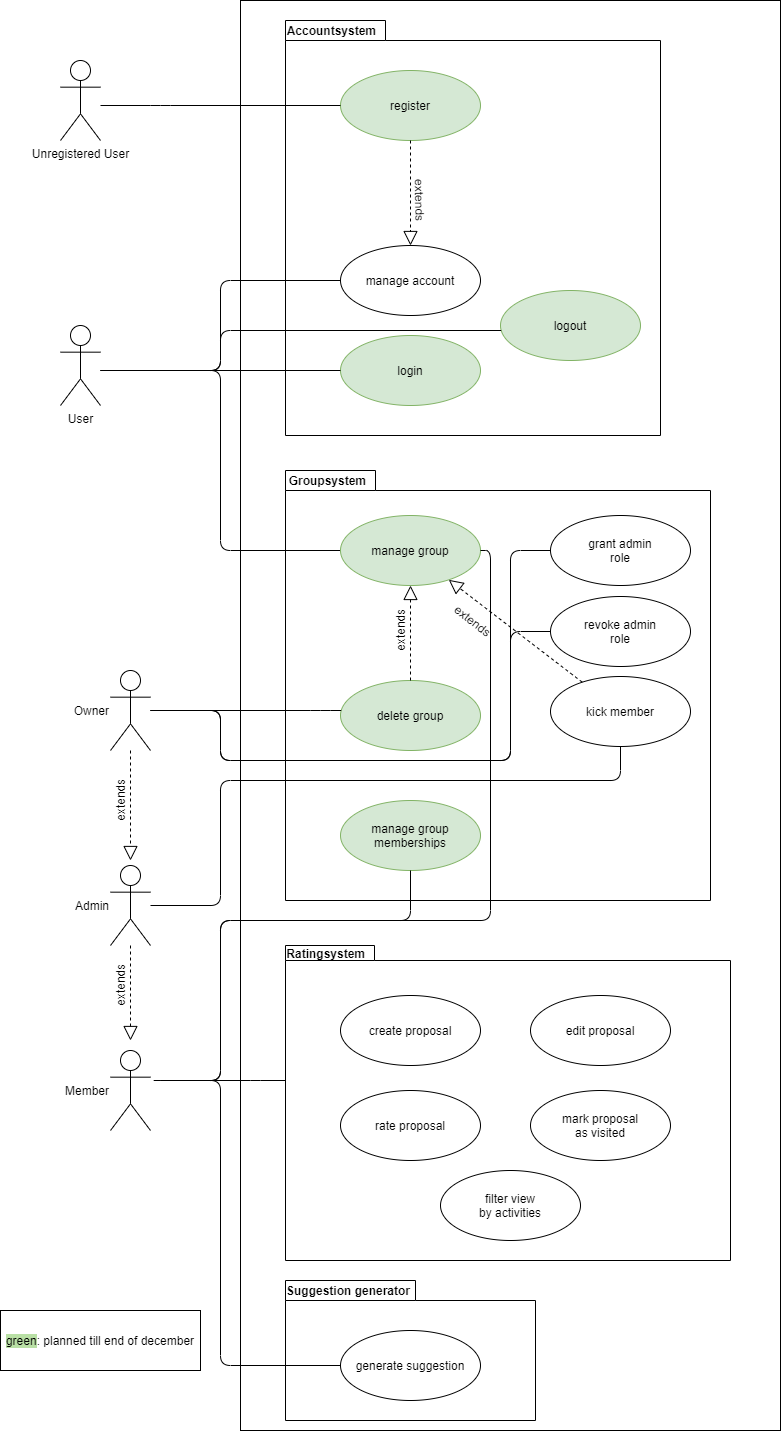
Earlier version of the draw.io export PlaceToBeer UCD.png (placetobeer/documentation). Source tidied: cells renumbered, new cells last; positions are measured from the earlier drawing's top-left corner, leaving out a move shared by most shapes. The source it was exported from:
```xml
<mxGraphModel>
  <root>
    <mxCell id="0" />
    <mxCell id="1" parent="0" />
    <mxCell id="2" style="html=1;" parent="1" vertex="1">
      <mxGeometry x="240" width="540" height="1430" as="geometry" />
    </mxCell>
    <mxCell id="3" value="Unregistered User" style="shape=umlActor;verticalLabelPosition=bottom;verticalAlign=top;html=1;" parent="1" vertex="1">
      <mxGeometry x="60" y="60" width="40" height="80" as="geometry" />
    </mxCell>
    <mxCell id="4" value="User" style="shape=umlActor;verticalLabelPosition=bottom;verticalAlign=top;html=1;" parent="1" vertex="1">
      <mxGeometry x="60" y="325" width="40" height="80" as="geometry" />
    </mxCell>
    <mxCell id="5" value="Accountsystem" style="shape=folder;fontStyle=1;spacingTop=10;tabWidth=100;tabHeight=20;tabPosition=left;html=1;labelPosition=left;verticalLabelPosition=top;align=right;verticalAlign=bottom;spacing=-18;spacingRight=-72;" parent="1" vertex="1">
      <mxGeometry x="285" y="20" width="375" height="415" as="geometry" />
    </mxCell>
    <mxCell id="6" value="login" style="ellipse;whiteSpace=wrap;html=1;fillColor=#d5e8d4;strokeColor=#82b366;" parent="1" vertex="1">
      <mxGeometry x="340" y="335" width="140" height="70" as="geometry" />
    </mxCell>
    <mxCell id="7" value="register" style="ellipse;whiteSpace=wrap;html=1;fillColor=#d5e8d4;strokeColor=#82b366;" parent="1" vertex="1">
      <mxGeometry x="340" y="70" width="140" height="70" as="geometry" />
    </mxCell>
    <mxCell id="8" style="endArrow=none;html=1;edgeStyle=orthogonalEdgeStyle;" parent="1" edge="1" source="3" target="7">
      <mxGeometry relative="1" as="geometry">
        <Array as="points">
          <mxPoint x="160" y="105" />
          <mxPoint x="160" y="105" />
        </Array>
      </mxGeometry>
    </mxCell>
    <mxCell id="9" value="Groupsystem" style="shape=folder;fontStyle=1;spacingTop=10;tabWidth=90;tabHeight=20;tabPosition=left;html=1;labelPosition=left;verticalLabelPosition=top;align=right;verticalAlign=bottom;spacing=-18;spacingRight=-62;" parent="1" vertex="1">
      <mxGeometry x="285" y="470" width="425" height="430" as="geometry" />
    </mxCell>
    <mxCell id="10" value="delete group" style="ellipse;whiteSpace=wrap;html=1;fillColor=#d5e8d4;strokeColor=#82b366;" parent="1" vertex="1">
      <mxGeometry x="340" y="680" width="140" height="70" as="geometry" />
    </mxCell>
    <mxCell id="11" value="grant admin&lt;br&gt;role" style="ellipse;whiteSpace=wrap;html=1;" parent="1" vertex="1">
      <mxGeometry x="550" y="515" width="140" height="70" as="geometry" />
    </mxCell>
    <mxCell id="12" value="revoke admin&lt;br&gt;role" style="ellipse;whiteSpace=wrap;html=1;" parent="1" vertex="1">
      <mxGeometry x="550" y="596" width="140" height="70" as="geometry" />
    </mxCell>
    <mxCell id="13" value="Member" style="shape=umlActor;verticalLabelPosition=middle;verticalAlign=middle;html=1;labelPosition=left;align=right;" parent="1" vertex="1">
      <mxGeometry x="110" y="1050" width="40" height="80" as="geometry" />
    </mxCell>
    <mxCell id="14" value="Admin" style="shape=umlActor;verticalLabelPosition=middle;verticalAlign=middle;html=1;labelPosition=left;align=right;" parent="1" vertex="1">
      <mxGeometry x="110" y="865" width="40" height="80" as="geometry" />
    </mxCell>
    <mxCell id="15" value="Owner" style="shape=umlActor;verticalLabelPosition=middle;verticalAlign=middle;html=1;labelPosition=left;align=right;" parent="1" vertex="1">
      <mxGeometry x="110" y="670" width="40" height="80" as="geometry" />
    </mxCell>
    <mxCell id="16" style="endArrow=none;html=1;edgeStyle=orthogonalEdgeStyle;" parent="1" edge="1" source="14" target="32">
      <mxGeometry relative="1" as="geometry">
        <Array as="points">
          <mxPoint x="220" y="905" />
          <mxPoint x="220" y="780" />
          <mxPoint x="620" y="780" />
        </Array>
      </mxGeometry>
    </mxCell>
    <mxCell id="17" style="endArrow=block;dashed=1;endFill=0;endSize=12;html=1;" parent="1" edge="1" source="15">
      <mxGeometry relative="1" as="geometry">
        <mxPoint x="130" y="860" as="targetPoint" />
      </mxGeometry>
    </mxCell>
    <mxCell id="18" style="endArrow=block;dashed=1;endFill=0;endSize=12;html=1;" parent="1" edge="1" source="14">
      <mxGeometry relative="1" as="geometry">
        <mxPoint x="130" y="1040" as="targetPoint" />
      </mxGeometry>
    </mxCell>
    <mxCell id="19" style="endArrow=none;html=1;edgeStyle=orthogonalEdgeStyle;" parent="1" edge="1" target="11">
      <mxGeometry relative="1" as="geometry">
        <mxPoint x="150" y="710" as="sourcePoint" />
        <Array as="points">
          <mxPoint x="220" y="710" />
          <mxPoint x="220" y="760" />
          <mxPoint x="510" y="760" />
          <mxPoint x="510" y="550" />
        </Array>
      </mxGeometry>
    </mxCell>
    <mxCell id="20" value="Ratingsystem" style="shape=folder;fontStyle=1;spacingTop=10;tabWidth=89;tabHeight=15;tabPosition=left;html=1;labelPosition=left;verticalLabelPosition=top;align=right;verticalAlign=bottom;spacing=-16;spacingRight=-63;" parent="1" vertex="1">
      <mxGeometry x="285" y="945" width="445" height="315" as="geometry" />
    </mxCell>
    <mxCell id="21" value="create proposal" style="ellipse;whiteSpace=wrap;html=1;" parent="1" vertex="1">
      <mxGeometry x="340" y="995" width="140" height="70" as="geometry" />
    </mxCell>
    <mxCell id="22" value="edit proposal" style="ellipse;whiteSpace=wrap;html=1;" parent="1" vertex="1">
      <mxGeometry x="530" y="995" width="140" height="70" as="geometry" />
    </mxCell>
    <mxCell id="23" value="rate proposal" style="ellipse;whiteSpace=wrap;html=1;" parent="1" vertex="1">
      <mxGeometry x="340" y="1090" width="140" height="70" as="geometry" />
    </mxCell>
    <mxCell id="24" value="mark proposal&lt;br&gt;as visited" style="ellipse;whiteSpace=wrap;html=1;" parent="1" vertex="1">
      <mxGeometry x="530" y="1090" width="140" height="70" as="geometry" />
    </mxCell>
    <mxCell id="25" value="filter view&lt;br&gt;by activities" style="ellipse;whiteSpace=wrap;html=1;" parent="1" vertex="1">
      <mxGeometry x="440" y="1170" width="140" height="70" as="geometry" />
    </mxCell>
    <mxCell id="26" value="Suggestion generator" style="shape=folder;fontStyle=1;spacingTop=10;tabWidth=130;tabHeight=20;tabPosition=left;html=1;spacing=-18;labelPosition=left;verticalLabelPosition=top;align=right;verticalAlign=bottom;spacingRight=-106;" parent="1" vertex="1">
      <mxGeometry x="285" y="1280" width="250" height="140" as="geometry" />
    </mxCell>
    <mxCell id="27" value="generate suggestion" style="ellipse;whiteSpace=wrap;html=1;" parent="1" vertex="1">
      <mxGeometry x="340" y="1330" width="140" height="70" as="geometry" />
    </mxCell>
    <mxCell id="28" style="endArrow=none;html=1;edgeStyle=orthogonalEdgeStyle;" parent="1" edge="1" target="6">
      <mxGeometry relative="1" as="geometry">
        <mxPoint x="100" y="370" as="sourcePoint" />
      </mxGeometry>
    </mxCell>
    <mxCell id="29" value="manage account" style="ellipse;whiteSpace=wrap;html=1;" parent="1" vertex="1">
      <mxGeometry x="340" y="245" width="140" height="70" as="geometry" />
    </mxCell>
    <mxCell id="30" style="endArrow=none;html=1;edgeStyle=orthogonalEdgeStyle;" parent="1" edge="1" target="27">
      <mxGeometry relative="1" as="geometry">
        <mxPoint x="160" y="1080" as="sourcePoint" />
        <Array as="points">
          <mxPoint x="150" y="1080" />
          <mxPoint x="220" y="1080" />
          <mxPoint x="220" y="1365" />
        </Array>
      </mxGeometry>
    </mxCell>
    <mxCell id="31" style="endArrow=none;html=1;edgeStyle=orthogonalEdgeStyle;" parent="1" edge="1" target="29">
      <mxGeometry relative="1" as="geometry">
        <mxPoint x="100" y="370" as="sourcePoint" />
        <Array as="points">
          <mxPoint x="220" y="370" />
          <mxPoint x="220" y="280" />
        </Array>
      </mxGeometry>
    </mxCell>
    <mxCell id="32" value="kick member" style="ellipse;whiteSpace=wrap;html=1;" parent="1" vertex="1">
      <mxGeometry x="550" y="676" width="140" height="70" as="geometry" />
    </mxCell>
    <mxCell id="33" style="endArrow=none;html=1;edgeStyle=orthogonalEdgeStyle;" parent="1" edge="1" target="12">
      <mxGeometry relative="1" as="geometry">
        <mxPoint x="150" y="710" as="sourcePoint" />
        <Array as="points">
          <mxPoint x="220" y="710" />
          <mxPoint x="220" y="760" />
          <mxPoint x="510" y="760" />
          <mxPoint x="510" y="631" />
        </Array>
      </mxGeometry>
    </mxCell>
    <mxCell id="34" style="endArrow=none;html=1;edgeStyle=orthogonalEdgeStyle;" parent="1" edge="1" target="20">
      <mxGeometry relative="1" as="geometry">
        <mxPoint x="160" y="1080" as="sourcePoint" />
        <Array as="points">
          <mxPoint x="250" y="1080" />
          <mxPoint x="250" y="1080" />
        </Array>
      </mxGeometry>
    </mxCell>
    <mxCell id="35" style="endArrow=none;html=1;edgeStyle=orthogonalEdgeStyle;" parent="1" edge="1" target="10">
      <mxGeometry relative="1" as="geometry">
        <mxPoint x="150" y="710" as="sourcePoint" />
        <Array as="points">
          <mxPoint x="320" y="710" />
          <mxPoint x="320" y="710" />
        </Array>
      </mxGeometry>
    </mxCell>
    <mxCell id="36" style="endArrow=none;html=1;edgeStyle=orthogonalEdgeStyle;" parent="1" edge="1" target="38">
      <mxGeometry relative="1" as="geometry">
        <mxPoint x="190" y="370" as="sourcePoint" />
        <Array as="points">
          <mxPoint x="220" y="370" />
          <mxPoint x="220" y="550" />
        </Array>
      </mxGeometry>
    </mxCell>
    <mxCell id="37" value="&lt;span style=&quot;background-color: rgb(185 , 224 , 165)&quot;&gt;green&lt;/span&gt;: planned till end of december" style="rounded=0;whiteSpace=wrap;html=1;" parent="1" vertex="1">
      <mxGeometry y="1310" width="200" height="60" as="geometry" />
    </mxCell>
    <mxCell id="38" value="manage group" style="ellipse;whiteSpace=wrap;html=1;fillColor=#d5e8d4;strokeColor=#82b366;" parent="1" vertex="1">
      <mxGeometry x="340" y="515" width="140" height="70" as="geometry" />
    </mxCell>
    <mxCell id="39" value="manage group memberships" style="ellipse;whiteSpace=wrap;html=1;fillColor=#d5e8d4;strokeColor=#82b366;" parent="1" vertex="1">
      <mxGeometry x="340" y="800" width="140" height="70" as="geometry" />
    </mxCell>
    <mxCell id="40" value="logout" style="ellipse;whiteSpace=wrap;html=1;fillColor=#d5e8d4;strokeColor=#82b366;" parent="1" vertex="1">
      <mxGeometry x="500" y="290" width="140" height="70" as="geometry" />
    </mxCell>
    <mxCell id="41" style="endArrow=none;html=1;edgeStyle=orthogonalEdgeStyle;" parent="1" edge="1" target="40">
      <mxGeometry relative="1" as="geometry">
        <mxPoint x="100" y="370" as="sourcePoint" />
        <Array as="points">
          <mxPoint x="220" y="370" />
          <mxPoint x="220" y="330" />
        </Array>
      </mxGeometry>
    </mxCell>
    <mxCell id="42" style="endArrow=block;dashed=1;endFill=0;endSize=12;html=1;" parent="1" edge="1" source="7" target="29">
      <mxGeometry relative="1" as="geometry" />
    </mxCell>
    <mxCell id="43" value="&lt;div&gt;extends&lt;/div&gt;" style="text;html=1;strokeColor=none;fillColor=none;align=center;verticalAlign=middle;whiteSpace=wrap;rounded=0;rotation=-90;" parent="1" vertex="1">
      <mxGeometry x="100" y="975" width="40" height="20" as="geometry" />
    </mxCell>
    <mxCell id="44" value="&lt;div&gt;extends&lt;/div&gt;" style="text;html=1;strokeColor=none;fillColor=none;align=center;verticalAlign=middle;whiteSpace=wrap;rounded=0;rotation=-90;" parent="1" vertex="1">
      <mxGeometry x="100" y="790" width="40" height="20" as="geometry" />
    </mxCell>
    <mxCell id="45" value="&lt;div&gt;extends&lt;/div&gt;" style="text;html=1;strokeColor=none;fillColor=none;align=center;verticalAlign=middle;whiteSpace=wrap;rounded=0;rotation=89;" parent="1" vertex="1">
      <mxGeometry x="400" y="190" width="40" height="20" as="geometry" />
    </mxCell>
    <mxCell id="46" style="endArrow=block;dashed=1;endFill=0;endSize=12;html=1;" parent="1" edge="1" source="10" target="38">
      <mxGeometry relative="1" as="geometry" />
    </mxCell>
    <mxCell id="47" value="&lt;div&gt;extends&lt;/div&gt;" style="text;html=1;strokeColor=none;fillColor=none;align=center;verticalAlign=middle;whiteSpace=wrap;rounded=0;rotation=-90;" parent="1" vertex="1">
      <mxGeometry x="380" y="620" width="40" height="20" as="geometry" />
    </mxCell>
    <mxCell id="48" style="endArrow=block;dashed=1;endFill=0;endSize=12;html=1;" parent="1" edge="1" source="32" target="38">
      <mxGeometry relative="1" as="geometry" />
    </mxCell>
    <mxCell id="49" value="&lt;div&gt;extends&lt;/div&gt;" style="text;html=1;strokeColor=none;fillColor=none;align=center;verticalAlign=middle;whiteSpace=wrap;rounded=0;rotation=38;" parent="1" vertex="1">
      <mxGeometry x="452.5" y="610" width="40" height="20" as="geometry" />
    </mxCell>
    <mxCell id="50" style="endArrow=none;html=1;edgeStyle=orthogonalEdgeStyle;" parent="1" edge="1" target="39">
      <mxGeometry relative="1" as="geometry">
        <mxPoint x="180" y="1080" as="sourcePoint" />
        <Array as="points">
          <mxPoint x="220" y="1080" />
          <mxPoint x="220" y="920" />
          <mxPoint x="410" y="920" />
        </Array>
      </mxGeometry>
    </mxCell>
    <mxCell id="51" style="endArrow=none;html=1;edgeStyle=orthogonalEdgeStyle;" parent="1" edge="1" target="38">
      <mxGeometry relative="1" as="geometry">
        <mxPoint x="180" y="1080" as="sourcePoint" />
        <Array as="points">
          <mxPoint x="220" y="1080" />
          <mxPoint x="220" y="920" />
          <mxPoint x="490" y="920" />
          <mxPoint x="490" y="550" />
        </Array>
      </mxGeometry>
    </mxCell>
  </root>
</mxGraphModel>
```
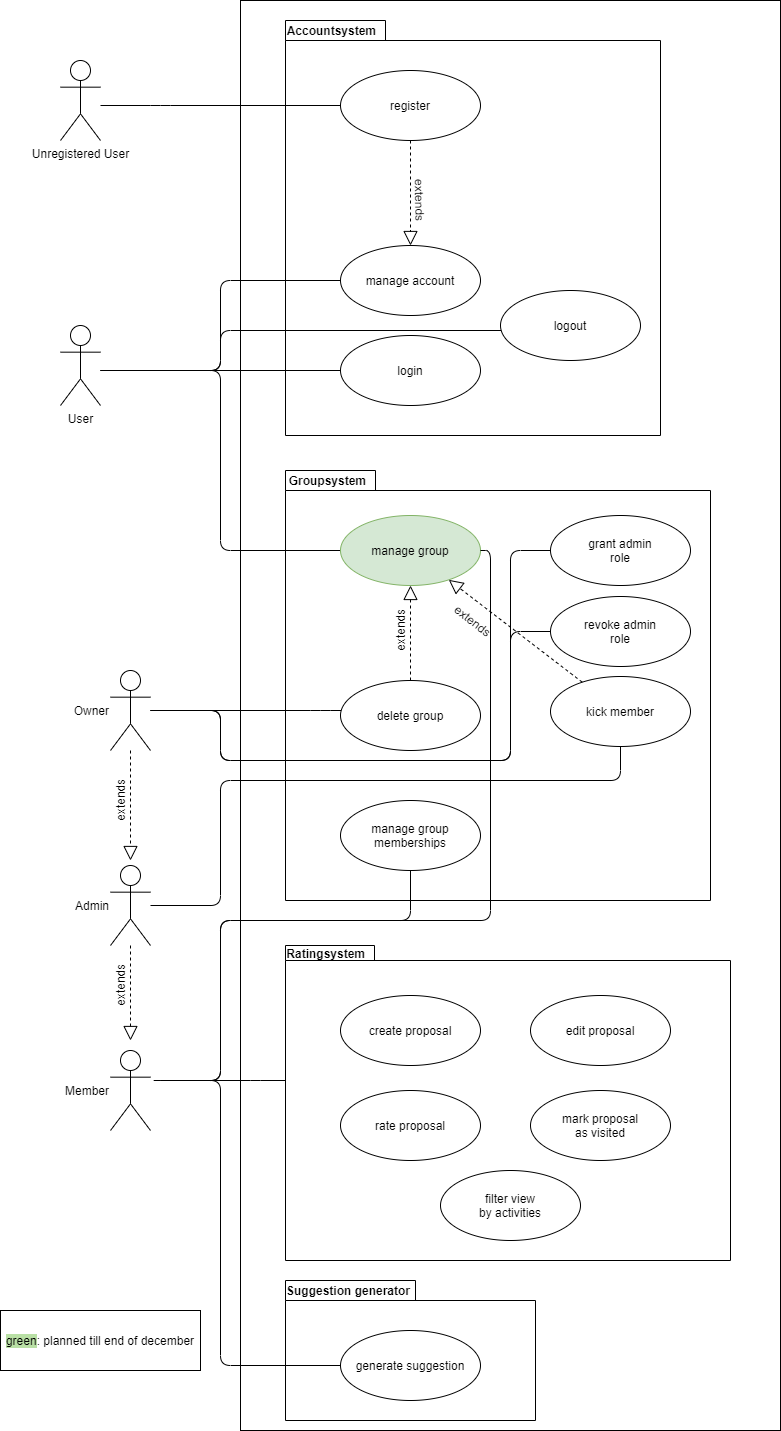
Above is the later version.

Commit message:
adapted the december scope

Change to the diagram source:
```diff
@@ -14,10 +14,10 @@
     <mxCell id="5" value="Accountsystem" style="shape=folder;fontStyle=1;spacingTop=10;tabWidth=100;tabHeight=20;tabPosition=left;html=1;labelPosition=left;verticalLabelPosition=top;align=right;verticalAlign=bottom;spacing=-18;spacingRight=-72;" parent="1" vertex="1">
       <mxGeometry x="285" y="20" width="375" height="415" as="geometry" />
     </mxCell>
-    <mxCell id="6" value="login" style="ellipse;whiteSpace=wrap;html=1;fillColor=#d5e8d4;strokeColor=#82b366;" parent="1" vertex="1">
+    <mxCell id="6" value="login" style="ellipse;whiteSpace=wrap;html=1;" parent="1" vertex="1">
       <mxGeometry x="340" y="335" width="140" height="70" as="geometry" />
     </mxCell>
-    <mxCell id="7" value="register" style="ellipse;whiteSpace=wrap;html=1;fillColor=#d5e8d4;strokeColor=#82b366;" parent="1" vertex="1">
+    <mxCell id="7" value="register" style="ellipse;whiteSpace=wrap;html=1;" parent="1" vertex="1">
       <mxGeometry x="340" y="70" width="140" height="70" as="geometry" />
     </mxCell>
     <mxCell id="8" style="endArrow=none;html=1;edgeStyle=orthogonalEdgeStyle;" parent="1" edge="1" source="3" target="7">
@@ -31,7 +31,7 @@
     <mxCell id="9" value="Groupsystem" style="shape=folder;fontStyle=1;spacingTop=10;tabWidth=90;tabHeight=20;tabPosition=left;html=1;labelPosition=left;verticalLabelPosition=top;align=right;verticalAlign=bottom;spacing=-18;spacingRight=-62;" parent="1" vertex="1">
       <mxGeometry x="285" y="470" width="425" height="430" as="geometry" />
     </mxCell>
-    <mxCell id="10" value="delete group" style="ellipse;whiteSpace=wrap;html=1;fillColor=#d5e8d4;strokeColor=#82b366;" parent="1" vertex="1">
+    <mxCell id="10" value="delete group" style="ellipse;whiteSpace=wrap;html=1;" parent="1" vertex="1">
       <mxGeometry x="340" y="680" width="140" height="70" as="geometry" />
     </mxCell>
     <mxCell id="11" value="grant admin&lt;br&gt;role" style="ellipse;whiteSpace=wrap;html=1;" parent="1" vertex="1">
@@ -177,10 +177,10 @@
     <mxCell id="38" value="manage group" style="ellipse;whiteSpace=wrap;html=1;fillColor=#d5e8d4;strokeColor=#82b366;" parent="1" vertex="1">
       <mxGeometry x="340" y="515" width="140" height="70" as="geometry" />
     </mxCell>
-    <mxCell id="39" value="manage group memberships" style="ellipse;whiteSpace=wrap;html=1;fillColor=#d5e8d4;strokeColor=#82b366;" parent="1" vertex="1">
+    <mxCell id="39" value="manage group memberships" style="ellipse;whiteSpace=wrap;html=1;" parent="1" vertex="1">
       <mxGeometry x="340" y="800" width="140" height="70" as="geometry" />
     </mxCell>
-    <mxCell id="40" value="logout" style="ellipse;whiteSpace=wrap;html=1;fillColor=#d5e8d4;strokeColor=#82b366;" parent="1" vertex="1">
+    <mxCell id="40" value="logout" style="ellipse;whiteSpace=wrap;html=1;" parent="1" vertex="1">
       <mxGeometry x="500" y="290" width="140" height="70" as="geometry" />
     </mxCell>
     <mxCell id="41" style="endArrow=none;html=1;edgeStyle=orthogonalEdgeStyle;" parent="1" edge="1" target="40">
```
